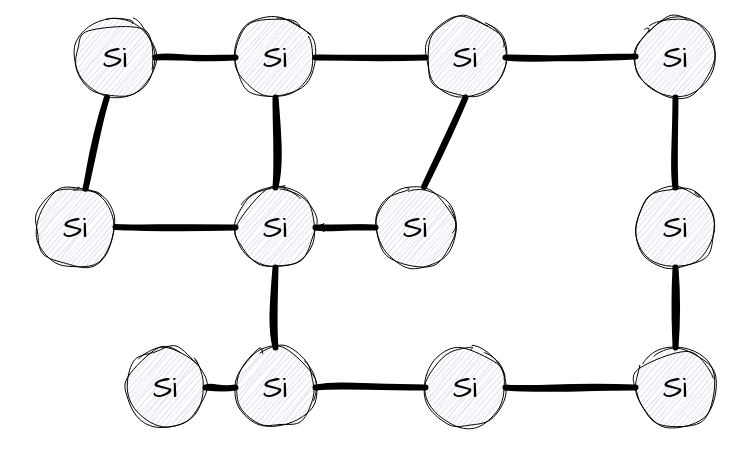
Earlier version of the draw.io diagram Dangling_bond.drawio (666creeping666death/C-code). Source tidied: cells renumbered, new cells numbered last; positions are measured from the earlier drawing's top-left corner, leaving out a move shared by most shapes. Both pictures are drawn from the tidied source at 100%, with x=0, y=0 at pixel (35, 17).
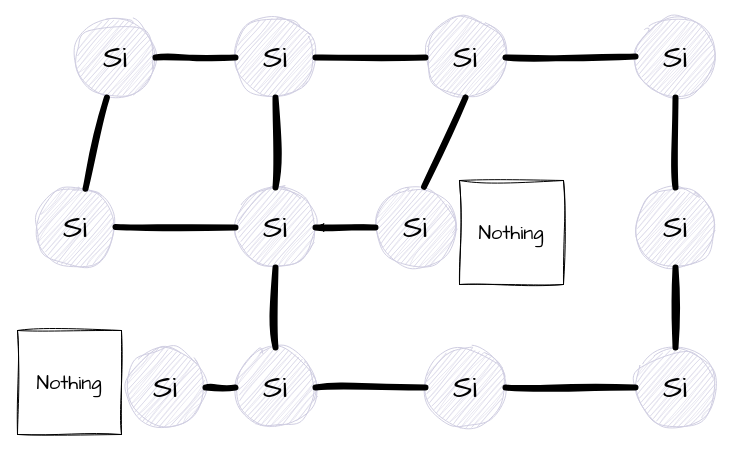
The same diagram, later.

What changed in the source:
```diff
@@
-    <mxCell id="2" value="&lt;font style=&quot;font-size: 30px;&quot;&gt;Si&lt;/font&gt;" style="ellipse;whiteSpace=wrap;html=1;sketch=1;hachureGap=4;jiggle=2;curveFitting=1;fontFamily=Architects Daughter;fontSize=20;fillColor=#d0cee2;strokeColor=default;" parent="1" vertex="1">
+    <mxCell id="2" value="&lt;font style=&quot;font-size: 30px;&quot;&gt;Si&lt;/font&gt;" style="ellipse;whiteSpace=wrap;html=1;sketch=1;hachureGap=4;jiggle=2;curveFitting=1;fontFamily=Architects Daughter;fontSize=20;fillColor=#d0cee2;strokeColor=#D0CEE2;" parent="1" vertex="1">
       <mxGeometry x="200" y="170" width="80" height="80" as="geometry" />
     </mxCell>
-    <mxCell id="3" value="&lt;font style=&quot;font-size: 30px;&quot;&gt;Si&lt;/font&gt;" style="ellipse;whiteSpace=wrap;html=1;sketch=1;hachureGap=4;jiggle=2;curveFitting=1;fontFamily=Architects Daughter;fontSize=20;fillColor=#d0cee2;strokeColor=default;" parent="1" vertex="1">
+    <mxCell id="3" value="&lt;font style=&quot;font-size: 30px;&quot;&gt;Si&lt;/font&gt;" style="ellipse;whiteSpace=wrap;html=1;sketch=1;hachureGap=4;jiggle=2;curveFitting=1;fontFamily=Architects Daughter;fontSize=20;fillColor=#d0cee2;strokeColor=#D0CEE2;" parent="1" vertex="1">
       <mxGeometry x="390" width="80" height="80" as="geometry" />
     </mxCell>
-    <mxCell id="4" value="&lt;font style=&quot;font-size: 30px;&quot;&gt;Si&lt;/font&gt;" style="ellipse;whiteSpace=wrap;html=1;sketch=1;hachureGap=4;jiggle=2;curveFitting=1;fontFamily=Architects Daughter;fontSize=20;fillColor=#d0cee2;strokeColor=default;" parent="1" vertex="1">
+    <mxCell id="4" value="&lt;font style=&quot;font-size: 30px;&quot;&gt;Si&lt;/font&gt;" style="ellipse;whiteSpace=wrap;html=1;sketch=1;hachureGap=4;jiggle=2;curveFitting=1;fontFamily=Architects Daughter;fontSize=20;fillColor=#d0cee2;strokeColor=#D0CEE2;" parent="1" vertex="1">
       <mxGeometry x="200" width="80" height="80" as="geometry" />
     </mxCell>
@@
-    <mxCell id="6" value="&lt;font style=&quot;font-size: 30px;&quot;&gt;Si&lt;/font&gt;" style="ellipse;whiteSpace=wrap;html=1;sketch=1;hachureGap=4;jiggle=2;curveFitting=1;fontFamily=Architects Daughter;fontSize=20;fillColor=#d0cee2;strokeColor=default;" parent="1" vertex="1">
+    <mxCell id="6" value="&lt;font style=&quot;font-size: 30px;&quot;&gt;Si&lt;/font&gt;" style="ellipse;whiteSpace=wrap;html=1;sketch=1;hachureGap=4;jiggle=2;curveFitting=1;fontFamily=Architects Daughter;fontSize=20;fillColor=#d0cee2;strokeColor=#D0CEE2;" parent="1" vertex="1">
       <mxGeometry x="340" y="170" width="80" height="80" as="geometry" />
     </mxCell>
-    <mxCell id="7" value="&lt;font style=&quot;font-size: 30px;&quot;&gt;Si&lt;/font&gt;" style="ellipse;whiteSpace=wrap;html=1;sketch=1;hachureGap=4;jiggle=2;curveFitting=1;fontFamily=Architects Daughter;fontSize=20;fillColor=#d0cee2;strokeColor=default;" parent="1" vertex="1">
+    <mxCell id="7" value="&lt;font style=&quot;font-size: 30px;&quot;&gt;Si&lt;/font&gt;" style="ellipse;whiteSpace=wrap;html=1;sketch=1;hachureGap=4;jiggle=2;curveFitting=1;fontFamily=Architects Daughter;fontSize=20;fillColor=#d0cee2;strokeColor=#D0CEE2;" parent="1" vertex="1">
       <mxGeometry x="390" y="330" width="80" height="80" as="geometry" />
     </mxCell>
-    <mxCell id="8" value="&lt;font style=&quot;font-size: 30px;&quot;&gt;Si&lt;/font&gt;" style="ellipse;whiteSpace=wrap;html=1;sketch=1;hachureGap=4;jiggle=2;curveFitting=1;fontFamily=Architects Daughter;fontSize=20;fillColor=#d0cee2;strokeColor=default;" parent="1" vertex="1">
+    <mxCell id="8" value="&lt;font style=&quot;font-size: 30px;&quot;&gt;Si&lt;/font&gt;" style="ellipse;whiteSpace=wrap;html=1;sketch=1;hachureGap=4;jiggle=2;curveFitting=1;fontFamily=Architects Daughter;fontSize=20;fillColor=#d0cee2;strokeColor=#D0CEE2;" parent="1" vertex="1">
       <mxGeometry x="600" y="170" width="80" height="80" as="geometry" />
     </mxCell>
-    <mxCell id="9" value="&lt;font style=&quot;font-size: 30px;&quot;&gt;Si&lt;/font&gt;" style="ellipse;whiteSpace=wrap;html=1;sketch=1;hachureGap=4;jiggle=2;curveFitting=1;fontFamily=Architects Daughter;fontSize=20;fillColor=#d0cee2;strokeColor=default;" parent="1" vertex="1">
+    <mxCell id="9" value="&lt;font style=&quot;font-size: 30px;&quot;&gt;Si&lt;/font&gt;" style="ellipse;whiteSpace=wrap;html=1;sketch=1;hachureGap=4;jiggle=2;curveFitting=1;fontFamily=Architects Daughter;fontSize=20;fillColor=#d0cee2;strokeColor=#D0CEE2;" parent="1" vertex="1">
       <mxGeometry x="600" y="330" width="80" height="80" as="geometry" />
     </mxCell>
-    <mxCell id="10" value="&lt;font style=&quot;font-size: 30px;&quot;&gt;Si&lt;/font&gt;" style="ellipse;whiteSpace=wrap;html=1;sketch=1;hachureGap=4;jiggle=2;curveFitting=1;fontFamily=Architects Daughter;fontSize=20;fillColor=#d0cee2;strokeColor=default;" parent="1" vertex="1">
+    <mxCell id="10" value="&lt;font style=&quot;font-size: 30px;&quot;&gt;Si&lt;/font&gt;" style="ellipse;whiteSpace=wrap;html=1;sketch=1;hachureGap=4;jiggle=2;curveFitting=1;fontFamily=Architects Daughter;fontSize=20;fillColor=#d0cee2;strokeColor=#D0CEE2;" parent="1" vertex="1">
       <mxGeometry x="600" width="80" height="80" as="geometry" />
     </mxCell>
-    <mxCell id="11" value="&lt;font style=&quot;font-size: 30px;&quot;&gt;Si&lt;/font&gt;" style="ellipse;whiteSpace=wrap;html=1;sketch=1;hachureGap=4;jiggle=2;curveFitting=1;fontFamily=Architects Daughter;fontSize=20;fillColor=#d0cee2;strokeColor=default;" parent="1" vertex="1">
+    <mxCell id="11" value="&lt;font style=&quot;font-size: 30px;&quot;&gt;Si&lt;/font&gt;" style="ellipse;whiteSpace=wrap;html=1;sketch=1;hachureGap=4;jiggle=2;curveFitting=1;fontFamily=Architects Daughter;fontSize=20;fillColor=#d0cee2;strokeColor=#D0CEE2;" parent="1" vertex="1">
       <mxGeometry x="200" y="330" width="80" height="80" as="geometry" />
     </mxCell>
-    <mxCell id="12" value="&lt;font style=&quot;font-size: 30px;&quot;&gt;Si&lt;/font&gt;" style="ellipse;whiteSpace=wrap;html=1;sketch=1;hachureGap=4;jiggle=2;curveFitting=1;fontFamily=Architects Daughter;fontSize=20;fillColor=#d0cee2;strokeColor=default;" parent="1" vertex="1">
+    <mxCell id="12" value="&lt;font style=&quot;font-size: 30px;&quot;&gt;Si&lt;/font&gt;" style="ellipse;whiteSpace=wrap;html=1;sketch=1;hachureGap=4;jiggle=2;curveFitting=1;fontFamily=Architects Daughter;fontSize=20;fillColor=#d0cee2;strokeColor=#D0CEE2;" parent="1" vertex="1">
       <mxGeometry y="170" width="80" height="80" as="geometry" />
     </mxCell>
-    <mxCell id="13" value="&lt;font style=&quot;font-size: 30px;&quot;&gt;Si&lt;/font&gt;" style="ellipse;whiteSpace=wrap;html=1;sketch=1;hachureGap=4;jiggle=2;curveFitting=1;fontFamily=Architects Daughter;fontSize=20;fillColor=#d0cee2;strokeColor=default;" parent="1" vertex="1">
+    <mxCell id="13" value="&lt;font style=&quot;font-size: 30px;&quot;&gt;Si&lt;/font&gt;" style="ellipse;whiteSpace=wrap;html=1;sketch=1;hachureGap=4;jiggle=2;curveFitting=1;fontFamily=Architects Daughter;fontSize=20;fillColor=#d0cee2;strokeColor=#D0CEE2;" parent="1" vertex="1">
       <mxGeometry x="40" width="80" height="80" as="geometry" />
     </mxCell>
-    <mxCell id="14" value="&lt;font style=&quot;font-size: 30px;&quot;&gt;Si&lt;/font&gt;" style="ellipse;whiteSpace=wrap;html=1;sketch=1;hachureGap=4;jiggle=2;curveFitting=1;fontFamily=Architects Daughter;fontSize=20;fillColor=#d0cee2;strokeColor=default;" parent="1" vertex="1">
+    <mxCell id="14" value="&lt;font style=&quot;font-size: 30px;&quot;&gt;Si&lt;/font&gt;" style="ellipse;whiteSpace=wrap;html=1;sketch=1;hachureGap=4;jiggle=2;curveFitting=1;fontFamily=Architects Daughter;fontSize=20;fillColor=#d0cee2;strokeColor=#D0CEE2;" parent="1" vertex="1">
       <mxGeometry x="90" y="330" width="80" height="80" as="geometry" />
     </mxCell>
@@
+    <mxCell id="29" value="Nothing" style="whiteSpace=wrap;html=1;sketch=1;hachureGap=4;jiggle=2;curveFitting=1;fontFamily=Architects Daughter;fontSize=20;" parent="1" vertex="1">
+      <mxGeometry x="424" y="163" width="104" height="104" as="geometry" />
+    </mxCell>
+    <mxCell id="30" value="Nothing" style="whiteSpace=wrap;html=1;sketch=1;hachureGap=4;jiggle=2;curveFitting=1;fontFamily=Architects Daughter;fontSize=20;" parent="1" vertex="1">
+      <mxGeometry x="-18" y="313" width="104" height="104" as="geometry" />
+    </mxCell>
```
